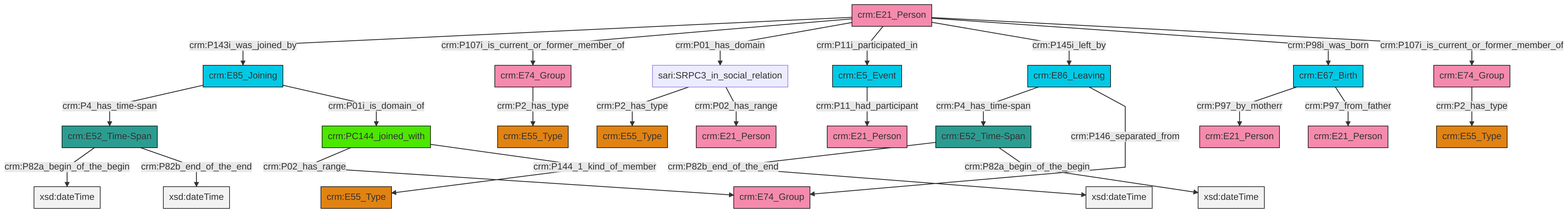
swiss-art-research-net/docs.swissartresearch keeps this Mermaid diagram as et/personCSV/ttl/mmd/png/Person_Actor_Relations.png. Above is the earlier version. Its source is kept beside it as et/personCSV/ttl/mmd/Person_Actor_Relations.ttl.mmd.
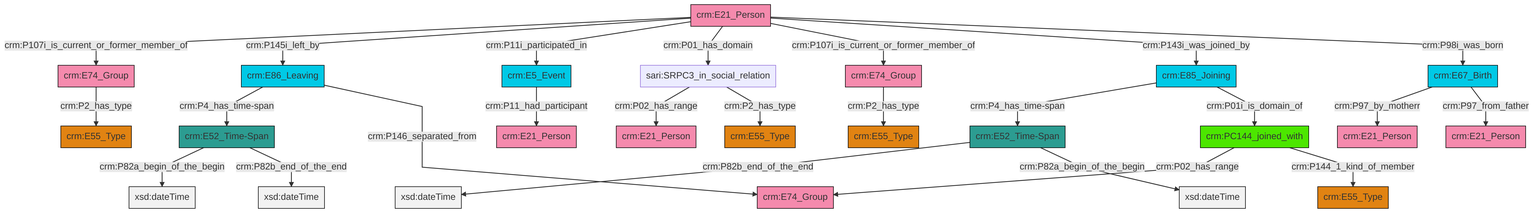
The same file after the commit.

Diff of the diagram source:
```diff
@@ -13,27 +13,27 @@
 classDef PC_Classes fill:#4ce600, stroke:#000000;
 classDef Multi fill:#cccccc,stroke:#000000;
 
-2["crm:E67_Birth"]:::Temporal_Entity -->|crm:P97_by_motherr| 3["crm:E21_Person"]:::Actor
-10["crm:E86_Leaving"]:::Temporal_Entity -->|crm:P4_has_time-span| 11["crm:E52_Time-Span"]:::Time-Span
-12["crm:E52_Time-Span"]:::Time-Span -->|crm:P82a_begin_of_the_begin| 13[xsd:dateTime]:::Literal
-16["crm:E21_Person"]:::Actor -->|crm:P143i_was_joined_by| 14["crm:E85_Joining"]:::Temporal_Entity
-14["crm:E85_Joining"]:::Temporal_Entity -->|crm:P4_has_time-span| 12["crm:E52_Time-Span"]:::Time-Span
-12["crm:E52_Time-Span"]:::Time-Span -->|crm:P82b_end_of_the_end| 25[xsd:dateTime]:::Literal
-26["crm:E74_Group"]:::Actor -->|crm:P2_has_type| 27["crm:E55_Type"]:::Type
-29["sari:SRPC3_in_social_relation"]:::Default -->|crm:P2_has_type| 4["crm:E55_Type"]:::Type
-10["crm:E86_Leaving"]:::Temporal_Entity -->|crm:P146_separated_from| 30["crm:E74_Group"]:::Actor
-8["crm:PC144_joined_with"]:::PC_Classes -->|crm:P02_has_range| 30["crm:E74_Group"]:::Actor
-8["crm:PC144_joined_with"]:::PC_Classes -->|crm:P144_1_kind_of_member| 17["crm:E55_Type"]:::Type
-14["crm:E85_Joining"]:::Temporal_Entity -->|crm:P01i_is_domain_of| 8["crm:PC144_joined_with"]:::PC_Classes
-16["crm:E21_Person"]:::Actor -->|crm:P107i_is_current_or_former_member_of| 0["crm:E74_Group"]:::Actor
-0["crm:E74_Group"]:::Actor -->|crm:P2_has_type| 21["crm:E55_Type"]:::Type
-16["crm:E21_Person"]:::Actor -->|crm:P01_has_domain| 29["sari:SRPC3_in_social_relation"]:::Default
-2["crm:E67_Birth"]:::Temporal_Entity -->|crm:P97_from_father| 19["crm:E21_Person"]:::Actor
-29["sari:SRPC3_in_social_relation"]:::Default -->|crm:P02_has_range| 23["crm:E21_Person"]:::Actor
-39["crm:E5_Event"]:::Temporal_Entity -->|crm:P11_had_participant| 6["crm:E21_Person"]:::Actor
-16["crm:E21_Person"]:::Actor -->|crm:P11i_participated_in| 39["crm:E5_Event"]:::Temporal_Entity
-16["crm:E21_Person"]:::Actor -->|crm:P145i_left_by| 10["crm:E86_Leaving"]:::Temporal_Entity
-11["crm:E52_Time-Span"]:::Time-Span -->|crm:P82b_end_of_the_end| 41[xsd:dateTime]:::Literal
-16["crm:E21_Person"]:::Actor -->|crm:P98i_was_born| 2["crm:E67_Birth"]:::Temporal_Entity
-11["crm:E52_Time-Span"]:::Time-Span -->|crm:P82a_begin_of_the_begin| 46[xsd:dateTime]:::Literal
-16["crm:E21_Person"]:::Actor -->|crm:P107i_is_current_or_former_member_of| 26["crm:E74_Group"]:::Actor
+6["crm:E21_Person"]:::Actor -->|crm:P107i_is_current_or_former_member_of| 0["crm:E74_Group"]:::Actor
+7["sari:SRPC3_in_social_relation"]:::Default -->|crm:P02_has_range| 8["crm:E21_Person"]:::Actor
+2["crm:E85_Joining"]:::Temporal_Entity -->|crm:P4_has_time-span| 12["crm:E52_Time-Span"]:::Time-Span
+18["crm:E52_Time-Span"]:::Time-Span -->|crm:P82a_begin_of_the_begin| 19[xsd:dateTime]:::Literal
+22["crm:E5_Event"]:::Temporal_Entity -->|crm:P11_had_participant| 23["crm:E21_Person"]:::Actor
+6["crm:E21_Person"]:::Actor -->|crm:P145i_left_by| 15["crm:E86_Leaving"]:::Temporal_Entity
+0["crm:E74_Group"]:::Actor -->|crm:P2_has_type| 26["crm:E55_Type"]:::Type
+2["crm:E85_Joining"]:::Temporal_Entity -->|crm:P01i_is_domain_of| 27["crm:PC144_joined_with"]:::PC_Classes
+7["sari:SRPC3_in_social_relation"]:::Default -->|crm:P2_has_type| 20["crm:E55_Type"]:::Type
+27["crm:PC144_joined_with"]:::PC_Classes -->|crm:P02_has_range| 32["crm:E74_Group"]:::Actor
+24["crm:E67_Birth"]:::Temporal_Entity -->|crm:P97_by_motherr| 9["crm:E21_Person"]:::Actor
+12["crm:E52_Time-Span"]:::Time-Span -->|crm:P82b_end_of_the_end| 36[xsd:dateTime]:::Literal
+24["crm:E67_Birth"]:::Temporal_Entity -->|crm:P97_from_father| 29["crm:E21_Person"]:::Actor
+39["crm:E74_Group"]:::Actor -->|crm:P2_has_type| 37["crm:E55_Type"]:::Type
+12["crm:E52_Time-Span"]:::Time-Span -->|crm:P82a_begin_of_the_begin| 43[xsd:dateTime]:::Literal
+6["crm:E21_Person"]:::Actor -->|crm:P11i_participated_in| 22["crm:E5_Event"]:::Temporal_Entity
+6["crm:E21_Person"]:::Actor -->|crm:P01_has_domain| 7["sari:SRPC3_in_social_relation"]:::Default
+6["crm:E21_Person"]:::Actor -->|crm:P107i_is_current_or_former_member_of| 39["crm:E74_Group"]:::Actor
+15["crm:E86_Leaving"]:::Temporal_Entity -->|crm:P4_has_time-span| 18["crm:E52_Time-Span"]:::Time-Span
+6["crm:E21_Person"]:::Actor -->|crm:P143i_was_joined_by| 2["crm:E85_Joining"]:::Temporal_Entity
+18["crm:E52_Time-Span"]:::Time-Span -->|crm:P82b_end_of_the_end| 45[xsd:dateTime]:::Literal
+6["crm:E21_Person"]:::Actor -->|crm:P98i_was_born| 24["crm:E67_Birth"]:::Temporal_Entity
+27["crm:PC144_joined_with"]:::PC_Classes -->|crm:P144_1_kind_of_member| 4["crm:E55_Type"]:::Type
+15["crm:E86_Leaving"]:::Temporal_Entity -->|crm:P146_separated_from| 32["crm:E74_Group"]:::Actor
```
